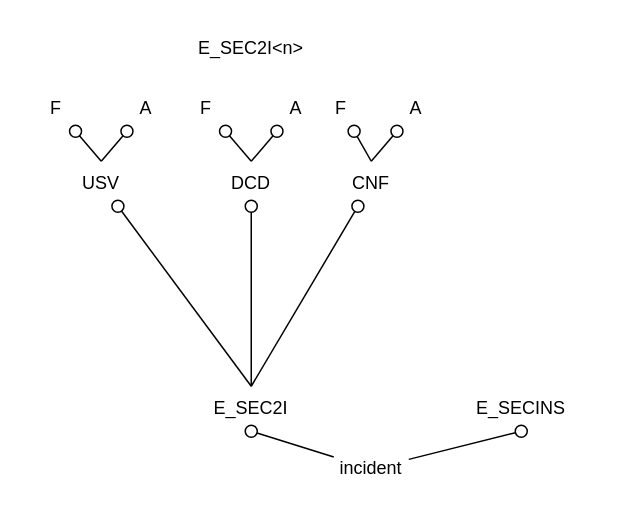
amanfucci/sistemi-informativi keeps this draw.io diagram as figures/isoc_cisce_ic_indic.drawio. Above is the earlier version. Source tidied: cells renumbered, new cells numbered last; positions are measured from the earlier drawing's top-left corner, leaving out a move shared by most shapes. Both pictures are drawn from the tidied source at 150%, with x=0, y=0 at pixel (26, 26).
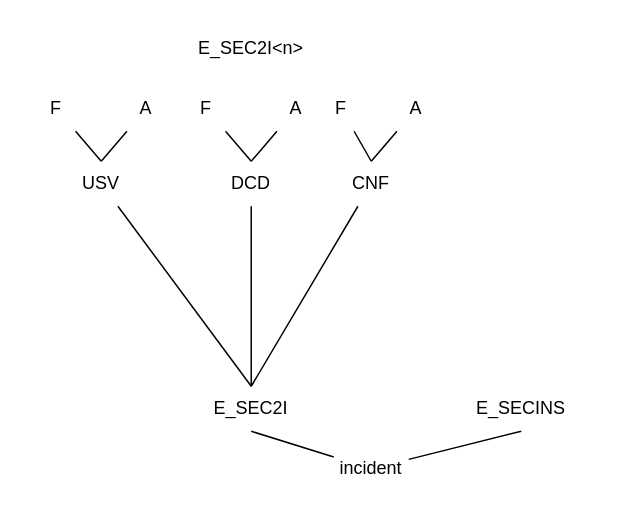
Above is the later version.

Unchanged cells that the change refers to:
```xml
<mxCell id="2" value="A" style="text;html=1;whiteSpace=wrap;strokeColor=none;fillColor=none;align=center;verticalAlign=middle;rounded=0;" parent="1" vertex="1">
  <mxGeometry x="60" y="40" width="40" height="30" as="geometry" />
</mxCell>
<mxCell id="3" value="F" style="text;html=1;whiteSpace=wrap;strokeColor=none;fillColor=none;align=center;verticalAlign=middle;rounded=0;" parent="1" vertex="1">
  <mxGeometry x="100" y="40" width="40" height="30" as="geometry" />
</mxCell>
<mxCell id="4" value="A" style="text;html=1;whiteSpace=wrap;strokeColor=none;fillColor=none;align=center;verticalAlign=middle;rounded=0;" parent="1" vertex="1">
  <mxGeometry x="160" y="40" width="40" height="30" as="geometry" />
</mxCell>
<mxCell id="5" value="F" style="text;html=1;whiteSpace=wrap;strokeColor=none;fillColor=none;align=center;verticalAlign=middle;rounded=0;" parent="1" vertex="1">
  <mxGeometry x="190" y="40" width="40" height="30" as="geometry" />
</mxCell>
<mxCell id="6" value="A" style="text;html=1;whiteSpace=wrap;strokeColor=none;fillColor=none;align=center;verticalAlign=middle;rounded=0;" parent="1" vertex="1">
  <mxGeometry x="240" y="40" width="40" height="30" as="geometry" />
</mxCell>
<mxCell id="7" value="F" style="text;html=1;whiteSpace=wrap;strokeColor=none;fillColor=none;align=center;verticalAlign=middle;rounded=0;" parent="1" vertex="1">
  <mxGeometry y="40" width="40" height="30" as="geometry" />
</mxCell>
<mxCell id="8" value="E_SEC2I" style="text;html=1;whiteSpace=wrap;strokeColor=none;fillColor=none;align=center;verticalAlign=middle;rounded=0;" parent="1" vertex="1">
  <mxGeometry x="100" y="240" width="100" height="30" as="geometry" />
</mxCell>
<mxCell id="17" value="E_SECINS" style="text;html=1;whiteSpace=wrap;strokeColor=none;fillColor=none;align=center;verticalAlign=middle;rounded=0;" parent="1" vertex="1">
  <mxGeometry x="280" y="240" width="100" height="30" as="geometry" />
</mxCell>
<mxCell id="19" value="incident" style="text;html=1;whiteSpace=wrap;strokeColor=none;fillColor=none;align=center;verticalAlign=middle;rounded=0;" parent="1" vertex="1">
  <mxGeometry x="205" y="280" width="50" height="30" as="geometry" />
</mxCell>
<mxCell id="20" value="DCD" style="text;html=1;whiteSpace=wrap;strokeColor=none;fillColor=none;align=center;verticalAlign=middle;rounded=0;" parent="1" vertex="1">
  <mxGeometry x="130" y="90" width="40" height="30" as="geometry" />
</mxCell>
<mxCell id="21" value="CNF" style="text;html=1;whiteSpace=wrap;strokeColor=none;fillColor=none;align=center;verticalAlign=middle;rounded=0;" parent="1" vertex="1">
  <mxGeometry x="210" y="90" width="40" height="30" as="geometry" />
</mxCell>
<mxCell id="22" value="USV" style="text;html=1;whiteSpace=wrap;strokeColor=none;fillColor=none;align=center;verticalAlign=middle;rounded=0;" parent="1" vertex="1">
  <mxGeometry x="30" y="90" width="40" height="30" as="geometry" />
</mxCell>
```

Change to the diagram source:
```diff
@@
-    <mxCell id="9" style="endArrow=oval;html=1;rounded=0;endFill=0;endSize=8;exitX=0.5;exitY=0;exitDx=0;exitDy=0;" parent="1" edge="1" source="22" target="7">
+    <mxCell id="9" style="endArrow=none;html=1;rounded=0;endFill=0;endSize=8;exitX=0.5;exitY=0;exitDx=0;exitDy=0;" parent="1" edge="1" source="22" target="7">
       <mxGeometry relative="1" as="geometry" />
     </mxCell>
-    <mxCell id="10" style="endArrow=oval;html=1;rounded=0;endFill=0;endSize=8;exitX=0.5;exitY=0;exitDx=0;exitDy=0;" parent="1" edge="1" source="22" target="2">
+    <mxCell id="10" style="endArrow=none;html=1;rounded=0;endFill=0;endSize=8;exitX=0.5;exitY=0;exitDx=0;exitDy=0;" parent="1" edge="1" source="22" target="2">
       <mxGeometry relative="1" as="geometry" />
     </mxCell>
-    <mxCell id="11" style="endArrow=oval;html=1;rounded=0;endFill=0;endSize=8;exitX=0.5;exitY=0;exitDx=0;exitDy=0;" parent="1" edge="1" source="20" target="3">
+    <mxCell id="11" style="endArrow=none;html=1;rounded=0;endFill=0;endSize=8;exitX=0.5;exitY=0;exitDx=0;exitDy=0;" parent="1" edge="1" source="20" target="3">
       <mxGeometry relative="1" as="geometry" />
     </mxCell>
-    <mxCell id="12" style="endArrow=oval;html=1;rounded=0;endFill=0;endSize=8;exitX=0.5;exitY=0;exitDx=0;exitDy=0;" parent="1" edge="1" source="20" target="4">
+    <mxCell id="12" style="endArrow=none;html=1;rounded=0;endFill=0;endSize=8;exitX=0.5;exitY=0;exitDx=0;exitDy=0;" parent="1" edge="1" source="20" target="4">
       <mxGeometry relative="1" as="geometry" />
     </mxCell>
-    <mxCell id="13" style="endArrow=oval;html=1;rounded=0;endFill=0;endSize=8;exitX=0.5;exitY=0;exitDx=0;exitDy=0;" parent="1" edge="1" source="21" target="5">
+    <mxCell id="13" style="endArrow=none;html=1;rounded=0;endFill=0;endSize=8;exitX=0.5;exitY=0;exitDx=0;exitDy=0;" parent="1" edge="1" source="21" target="5">
       <mxGeometry relative="1" as="geometry" />
     </mxCell>
-    <mxCell id="14" style="endArrow=oval;html=1;rounded=0;endFill=0;endSize=8;exitX=0.5;exitY=0;exitDx=0;exitDy=0;" parent="1" edge="1" source="8" target="21">
+    <mxCell id="14" style="endArrow=none;html=1;rounded=0;endFill=0;endSize=8;exitX=0.5;exitY=0;exitDx=0;exitDy=0;" parent="1" edge="1" source="8" target="21">
       <mxGeometry relative="1" as="geometry" />
     </mxCell>
-    <mxCell id="15" style="endArrow=oval;html=1;rounded=0;entryX=0.5;entryY=1;entryDx=0;entryDy=0;startArrow=none;startFill=0;endFill=0;endSize=8;startSize=8;" parent="1" edge="1" source="19" target="8">
+    <mxCell id="15" style="endArrow=none;html=1;rounded=0;entryX=0.5;entryY=1;entryDx=0;entryDy=0;startArrow=none;startFill=0;endFill=0;endSize=8;startSize=8;" parent="1" edge="1" source="19" target="8">
       <mxGeometry relative="1" as="geometry" />
     </mxCell>
@@
-    <mxCell id="18" style="endArrow=oval;html=1;rounded=0;entryX=0.5;entryY=1;entryDx=0;entryDy=0;startArrow=none;startFill=0;endFill=0;endSize=8;startSize=8;" parent="1" edge="1" source="19" target="17">
+    <mxCell id="18" style="endArrow=none;html=1;rounded=0;entryX=0.5;entryY=1;entryDx=0;entryDy=0;startArrow=none;startFill=0;endFill=0;endSize=8;startSize=8;" parent="1" edge="1" source="19" target="17">
       <mxGeometry relative="1" as="geometry" />
     </mxCell>
@@
-    <mxCell id="23" style="endArrow=oval;html=1;rounded=0;endFill=0;endSize=8;exitX=0.5;exitY=0;exitDx=0;exitDy=0;" parent="1" edge="1" source="8" target="22">
+    <mxCell id="23" style="endArrow=none;html=1;rounded=0;endFill=0;endSize=8;exitX=0.5;exitY=0;exitDx=0;exitDy=0;" parent="1" edge="1" source="8" target="22">
       <mxGeometry relative="1" as="geometry" />
     </mxCell>
-    <mxCell id="24" style="endArrow=oval;html=1;rounded=0;endFill=0;endSize=8;exitX=0.5;exitY=0;exitDx=0;exitDy=0;" parent="1" edge="1" source="8" target="20">
+    <mxCell id="24" style="endArrow=none;html=1;rounded=0;endFill=0;endSize=8;exitX=0.5;exitY=0;exitDx=0;exitDy=0;" parent="1" edge="1" source="8" target="20">
       <mxGeometry relative="1" as="geometry" />
     </mxCell>
-    <mxCell id="25" style="endArrow=oval;html=1;rounded=0;endFill=0;endSize=8;exitX=0.5;exitY=0;exitDx=0;exitDy=0;" parent="1" edge="1" source="21" target="6">
+    <mxCell id="25" style="endArrow=none;html=1;rounded=0;endFill=0;endSize=8;exitX=0.5;exitY=0;exitDx=0;exitDy=0;" parent="1" edge="1" source="21" target="6">
       <mxGeometry relative="1" as="geometry" />
     </mxCell>
```
